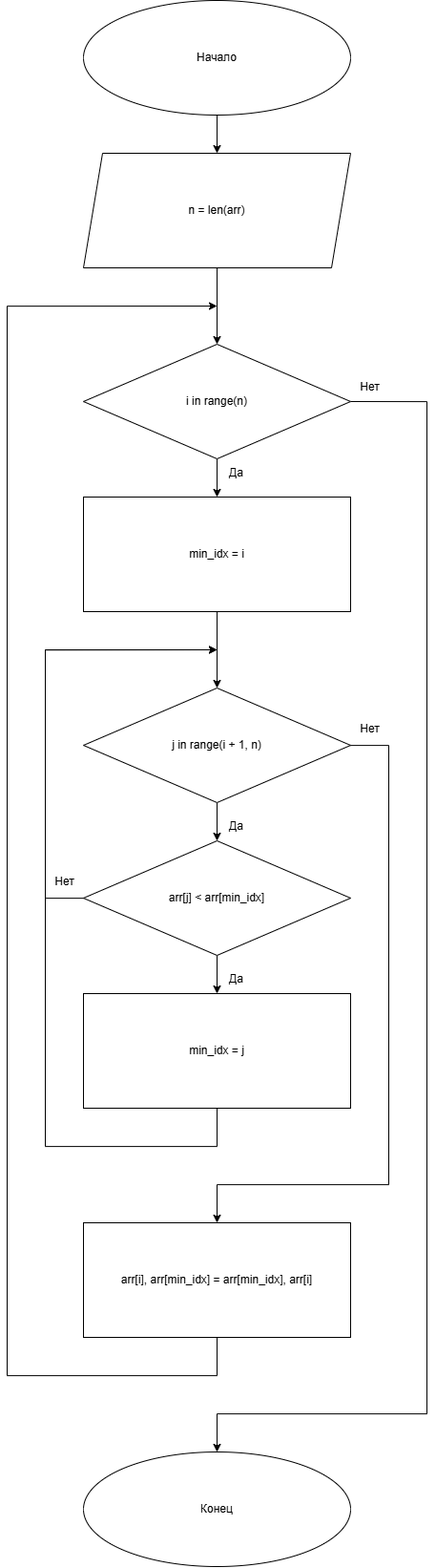
Above: PR4/Задание 2/src/block.drawio.png in qniman/UP01_DONE (draw.io), before the change. Source tidied: cells renumbered, new cells last; positions are measured from the earlier drawing's top-left corner, leaving out a move shared by most shapes. Source of this version:
```xml
<mxGraphModel>
  <root>
    <mxCell id="0" />
    <mxCell id="1" parent="0" />
    <mxCell id="2" style="edgeStyle=orthogonalEdgeStyle;rounded=0;jettySize=auto;html=1;" parent="1" edge="1" source="3" target="5">
      <mxGeometry relative="1" as="geometry" />
    </mxCell>
    <mxCell id="3" value="Начало" style="ellipse;whiteSpace=wrap;html=1;" parent="1" vertex="1">
      <mxGeometry x="80" width="280" height="120" as="geometry" />
    </mxCell>
    <mxCell id="4" style="edgeStyle=orthogonalEdgeStyle;rounded=0;jettySize=auto;html=1;" parent="1" edge="1" source="5" target="8">
      <mxGeometry relative="1" as="geometry" />
    </mxCell>
    <mxCell id="5" value="n = len(arr)" style="shape=parallelogram;perimeter=parallelogramPerimeter;whiteSpace=wrap;html=1;fixedSize=1;" parent="1" vertex="1">
      <mxGeometry x="80" y="160" width="280" height="120" as="geometry" />
    </mxCell>
    <mxCell id="6" style="edgeStyle=orthogonalEdgeStyle;rounded=0;jettySize=auto;html=1;" parent="1" edge="1" source="8" target="10">
      <mxGeometry relative="1" as="geometry" />
    </mxCell>
    <mxCell id="7" style="edgeStyle=orthogonalEdgeStyle;rounded=0;jettySize=auto;html=1;exitX=1;exitY=0.5;exitDx=0;exitDy=0;" parent="1" edge="1" source="8" target="21">
      <mxGeometry relative="1" as="geometry">
        <Array as="points">
          <mxPoint x="440" y="420" />
          <mxPoint x="440" y="1480" />
          <mxPoint x="220" y="1480" />
        </Array>
      </mxGeometry>
    </mxCell>
    <mxCell id="8" value="i in range(n)" style="rhombus;whiteSpace=wrap;html=1;" parent="1" vertex="1">
      <mxGeometry x="80" y="360" width="280" height="120" as="geometry" />
    </mxCell>
    <mxCell id="9" style="edgeStyle=orthogonalEdgeStyle;rounded=0;jettySize=auto;html=1;" parent="1" edge="1" source="10" target="13">
      <mxGeometry relative="1" as="geometry" />
    </mxCell>
    <mxCell id="10" value="min_idx = i" style="rounded=0;whiteSpace=wrap;html=1;" parent="1" vertex="1">
      <mxGeometry x="80" y="520" width="280" height="120" as="geometry" />
    </mxCell>
    <mxCell id="11" style="edgeStyle=orthogonalEdgeStyle;rounded=0;jettySize=auto;html=1;" parent="1" edge="1" source="13" target="16">
      <mxGeometry relative="1" as="geometry" />
    </mxCell>
    <mxCell id="12" style="edgeStyle=orthogonalEdgeStyle;rounded=0;jettySize=auto;html=1;" parent="1" edge="1" source="13" target="20">
      <mxGeometry relative="1" as="geometry">
        <Array as="points">
          <mxPoint x="400" y="780" />
          <mxPoint x="400" y="1240" />
          <mxPoint x="220" y="1240" />
        </Array>
      </mxGeometry>
    </mxCell>
    <mxCell id="13" value="j in range(i + 1, n)" style="rhombus;whiteSpace=wrap;html=1;" parent="1" vertex="1">
      <mxGeometry x="80" y="720" width="280" height="120" as="geometry" />
    </mxCell>
    <mxCell id="14" style="edgeStyle=orthogonalEdgeStyle;rounded=0;jettySize=auto;html=1;" parent="1" edge="1" source="16" target="18">
      <mxGeometry relative="1" as="geometry" />
    </mxCell>
    <mxCell id="15" style="edgeStyle=orthogonalEdgeStyle;rounded=0;jettySize=auto;html=1;" parent="1" edge="1" source="16">
      <mxGeometry relative="1" as="geometry">
        <mxPoint x="220" y="680" as="targetPoint" />
        <Array as="points">
          <mxPoint x="40" y="940" />
          <mxPoint x="40" y="680" />
        </Array>
      </mxGeometry>
    </mxCell>
    <mxCell id="16" value="arr[j] &lt; arr[min_idx]" style="rhombus;whiteSpace=wrap;html=1;" parent="1" vertex="1">
      <mxGeometry x="80" y="880" width="280" height="120" as="geometry" />
    </mxCell>
    <mxCell id="17" style="edgeStyle=orthogonalEdgeStyle;rounded=0;jettySize=auto;html=1;" parent="1" edge="1" source="18">
      <mxGeometry relative="1" as="geometry">
        <mxPoint x="220" y="680" as="targetPoint" />
        <Array as="points">
          <mxPoint x="220" y="1200" />
          <mxPoint x="40" y="1200" />
          <mxPoint x="40" y="680" />
        </Array>
      </mxGeometry>
    </mxCell>
    <mxCell id="18" value="min_idx = j" style="rounded=0;whiteSpace=wrap;html=1;" parent="1" vertex="1">
      <mxGeometry x="80" y="1040" width="280" height="120" as="geometry" />
    </mxCell>
    <mxCell id="19" style="edgeStyle=orthogonalEdgeStyle;rounded=0;jettySize=auto;html=1;" parent="1" edge="1" source="20">
      <mxGeometry relative="1" as="geometry">
        <mxPoint x="220" y="320" as="targetPoint" />
        <Array as="points">
          <mxPoint x="220" y="1440" />
          <mxPoint y="1440" />
          <mxPoint y="320" />
        </Array>
      </mxGeometry>
    </mxCell>
    <mxCell id="20" value="arr[i], arr[min_idx] = arr[min_idx], arr[i]" style="rounded=0;whiteSpace=wrap;html=1;" parent="1" vertex="1">
      <mxGeometry x="80" y="1280" width="280" height="120" as="geometry" />
    </mxCell>
    <mxCell id="21" value="Конец" style="ellipse;whiteSpace=wrap;html=1;" parent="1" vertex="1">
      <mxGeometry x="80" y="1520" width="280" height="120" as="geometry" />
    </mxCell>
    <mxCell id="22" value="Да" style="text;html=1;align=center;verticalAlign=middle;strokeColor=none;fillColor=none;" parent="1" vertex="1">
      <mxGeometry x="220" y="480" width="40" height="30" as="geometry" />
    </mxCell>
    <mxCell id="23" value="Нет" style="text;html=1;align=center;verticalAlign=middle;strokeColor=none;fillColor=none;" parent="1" vertex="1">
      <mxGeometry x="360" y="390" width="40" height="30" as="geometry" />
    </mxCell>
    <mxCell id="24" value="Да" style="text;html=1;align=center;verticalAlign=middle;strokeColor=none;fillColor=none;" parent="1" vertex="1">
      <mxGeometry x="220" y="850" width="40" height="30" as="geometry" />
    </mxCell>
    <mxCell id="25" value="Нет" style="text;html=1;align=center;verticalAlign=middle;strokeColor=none;fillColor=none;" parent="1" vertex="1">
      <mxGeometry x="360" y="748" width="40" height="30" as="geometry" />
    </mxCell>
    <mxCell id="26" value="Да" style="text;html=1;align=center;verticalAlign=middle;strokeColor=none;fillColor=none;" parent="1" vertex="1">
      <mxGeometry x="220" y="1010" width="40" height="30" as="geometry" />
    </mxCell>
    <mxCell id="27" value="Нет" style="text;html=1;align=center;verticalAlign=middle;strokeColor=none;fillColor=none;" parent="1" vertex="1">
      <mxGeometry x="40" y="908" width="40" height="30" as="geometry" />
    </mxCell>
  </root>
</mxGraphModel>
```
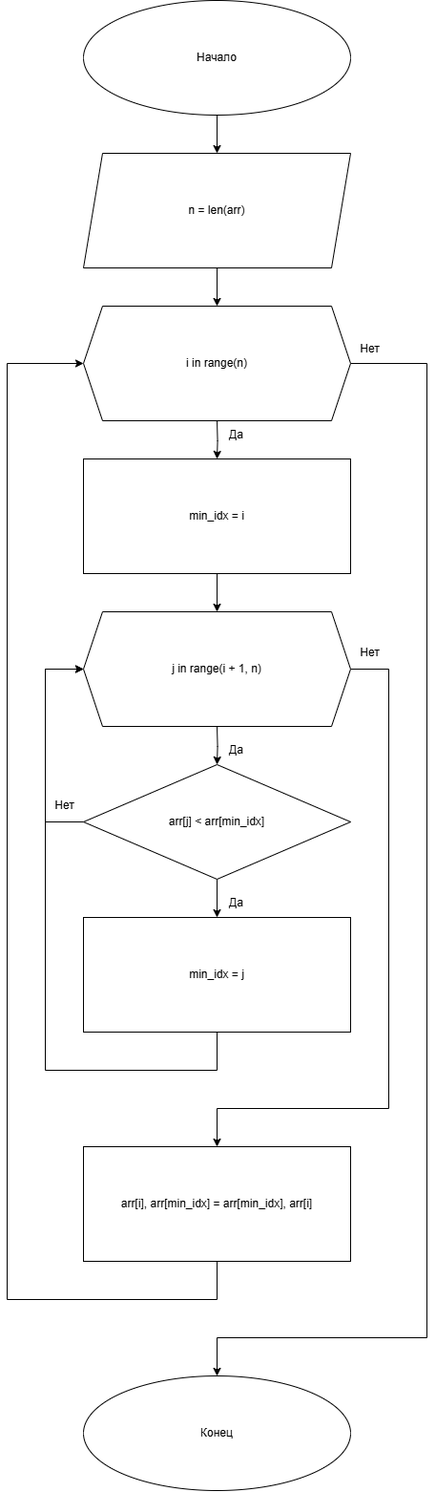
After the commit.

Diff of the diagram source:
```diff
@@ -6,111 +6,114 @@
       <mxGeometry relative="1" as="geometry" />
     </mxCell>
     <mxCell id="3" value="Начало" style="ellipse;whiteSpace=wrap;html=1;" parent="1" vertex="1">
-      <mxGeometry x="80" width="280" height="120" as="geometry" />
+      <mxGeometry x="80" y="80" width="280" height="120" as="geometry" />
     </mxCell>
     <mxCell id="4" style="edgeStyle=orthogonalEdgeStyle;rounded=0;jettySize=auto;html=1;" parent="1" edge="1" source="5" target="8">
       <mxGeometry relative="1" as="geometry" />
     </mxCell>
     <mxCell id="5" value="n = len(arr)" style="shape=parallelogram;perimeter=parallelogramPerimeter;whiteSpace=wrap;html=1;fixedSize=1;" parent="1" vertex="1">
-      <mxGeometry x="80" y="160" width="280" height="120" as="geometry" />
+      <mxGeometry x="80" y="240" width="280" height="120" as="geometry" />
     </mxCell>
-    <mxCell id="6" style="edgeStyle=orthogonalEdgeStyle;rounded=0;jettySize=auto;html=1;" parent="1" edge="1" source="8" target="10">
-      <mxGeometry relative="1" as="geometry" />
-    </mxCell>
-    <mxCell id="7" style="edgeStyle=orthogonalEdgeStyle;rounded=0;jettySize=auto;html=1;exitX=1;exitY=0.5;exitDx=0;exitDy=0;" parent="1" edge="1" source="8" target="21">
-      <mxGeometry relative="1" as="geometry">
-        <Array as="points">
-          <mxPoint x="440" y="420" />
-          <mxPoint x="440" y="1480" />
-          <mxPoint x="220" y="1480" />
-        </Array>
-      </mxGeometry>
-    </mxCell>
-    <mxCell id="8" value="i in range(n)" style="rhombus;whiteSpace=wrap;html=1;" parent="1" vertex="1">
-      <mxGeometry x="80" y="360" width="280" height="120" as="geometry" />
-    </mxCell>
+    <mxCell id="28" style="edgeStyle=orthogonalEdgeStyle;rounded=0;jettySize=auto;html=1;" parent="1" edge="1" target="10">
+      <mxGeometry relative="1" as="geometry">
+        <mxPoint x="220" y="520" as="sourcePoint" />
+      </mxGeometry>
+    </mxCell>
+    <mxCell id="29" style="edgeStyle=orthogonalEdgeStyle;rounded=0;jettySize=auto;html=1;exitX=1;exitY=0.5;exitDx=0;exitDy=0;" parent="1" edge="1" target="21">
+      <mxGeometry relative="1" as="geometry">
+        <mxPoint x="360" y="460" as="sourcePoint" />
+        <Array as="points">
+          <mxPoint x="440" y="460" />
+          <mxPoint x="440" y="1480" />
+          <mxPoint x="220" y="1480" />
+        </Array>
+      </mxGeometry>
+    </mxCell>
     <mxCell id="9" style="edgeStyle=orthogonalEdgeStyle;rounded=0;jettySize=auto;html=1;" parent="1" edge="1" source="10" target="13">
       <mxGeometry relative="1" as="geometry" />
     </mxCell>
     <mxCell id="10" value="min_idx = i" style="rounded=0;whiteSpace=wrap;html=1;" parent="1" vertex="1">
-      <mxGeometry x="80" y="520" width="280" height="120" as="geometry" />
+      <mxGeometry x="80" y="560" width="280" height="120" as="geometry" />
     </mxCell>
-    <mxCell id="11" style="edgeStyle=orthogonalEdgeStyle;rounded=0;jettySize=auto;html=1;" parent="1" edge="1" source="13" target="16">
-      <mxGeometry relative="1" as="geometry" />
-    </mxCell>
-    <mxCell id="12" style="edgeStyle=orthogonalEdgeStyle;rounded=0;jettySize=auto;html=1;" parent="1" edge="1" source="13" target="20">
-      <mxGeometry relative="1" as="geometry">
-        <Array as="points">
-          <mxPoint x="400" y="780" />
-          <mxPoint x="400" y="1240" />
-          <mxPoint x="220" y="1240" />
-        </Array>
-      </mxGeometry>
-    </mxCell>
-    <mxCell id="13" value="j in range(i + 1, n)" style="rhombus;whiteSpace=wrap;html=1;" parent="1" vertex="1">
-      <mxGeometry x="80" y="720" width="280" height="120" as="geometry" />
-    </mxCell>
+    <mxCell id="30" style="edgeStyle=orthogonalEdgeStyle;rounded=0;jettySize=auto;html=1;" parent="1" edge="1" target="16">
+      <mxGeometry relative="1" as="geometry">
+        <mxPoint x="220" y="840" as="sourcePoint" />
+      </mxGeometry>
+    </mxCell>
+    <mxCell id="31" style="edgeStyle=orthogonalEdgeStyle;rounded=0;jettySize=auto;html=1;" parent="1" edge="1" target="20">
+      <mxGeometry relative="1" as="geometry">
+        <mxPoint x="360" y="780" as="sourcePoint" />
+        <Array as="points">
+          <mxPoint x="400" y="780" />
+          <mxPoint x="400" y="1240" />
+          <mxPoint x="220" y="1240" />
+        </Array>
+      </mxGeometry>
+    </mxCell>
     <mxCell id="14" style="edgeStyle=orthogonalEdgeStyle;rounded=0;jettySize=auto;html=1;" parent="1" edge="1" source="16" target="18">
       <mxGeometry relative="1" as="geometry" />
     </mxCell>
-    <mxCell id="15" style="edgeStyle=orthogonalEdgeStyle;rounded=0;jettySize=auto;html=1;" parent="1" edge="1" source="16">
-      <mxGeometry relative="1" as="geometry">
-        <mxPoint x="220" y="680" as="targetPoint" />
-        <Array as="points">
-          <mxPoint x="40" y="940" />
-          <mxPoint x="40" y="680" />
-        </Array>
-      </mxGeometry>
-    </mxCell>
+    <mxCell id="32" style="edgeStyle=orthogonalEdgeStyle;rounded=0;jettySize=auto;html=1;" parent="1" edge="1" source="16" target="13">
+      <mxGeometry relative="1" as="geometry">
+        <Array as="points">
+          <mxPoint x="40" y="940" />
+          <mxPoint x="40" y="780" />
+        </Array>
+      </mxGeometry>
+    </mxCell>
     <mxCell id="16" value="arr[j] &lt; arr[min_idx]" style="rhombus;whiteSpace=wrap;html=1;" parent="1" vertex="1">
       <mxGeometry x="80" y="880" width="280" height="120" as="geometry" />
     </mxCell>
-    <mxCell id="17" style="edgeStyle=orthogonalEdgeStyle;rounded=0;jettySize=auto;html=1;" parent="1" edge="1" source="18">
-      <mxGeometry relative="1" as="geometry">
-        <mxPoint x="220" y="680" as="targetPoint" />
-        <Array as="points">
-          <mxPoint x="220" y="1200" />
-          <mxPoint x="40" y="1200" />
-          <mxPoint x="40" y="680" />
-        </Array>
-      </mxGeometry>
-    </mxCell>
+    <mxCell id="33" style="edgeStyle=orthogonalEdgeStyle;rounded=0;jettySize=auto;html=1;" parent="1" edge="1" source="18" target="13">
+      <mxGeometry relative="1" as="geometry">
+        <Array as="points">
+          <mxPoint x="220" y="1200" />
+          <mxPoint x="40" y="1200" />
+          <mxPoint x="40" y="780" />
+        </Array>
+      </mxGeometry>
+    </mxCell>
     <mxCell id="18" value="min_idx = j" style="rounded=0;whiteSpace=wrap;html=1;" parent="1" vertex="1">
       <mxGeometry x="80" y="1040" width="280" height="120" as="geometry" />
     </mxCell>
-    <mxCell id="19" style="edgeStyle=orthogonalEdgeStyle;rounded=0;jettySize=auto;html=1;" parent="1" edge="1" source="20">
-      <mxGeometry relative="1" as="geometry">
-        <mxPoint x="220" y="320" as="targetPoint" />
-        <Array as="points">
-          <mxPoint x="220" y="1440" />
-          <mxPoint y="1440" />
-          <mxPoint y="320" />
-        </Array>
-      </mxGeometry>
-    </mxCell>
+    <mxCell id="34" style="edgeStyle=orthogonalEdgeStyle;rounded=0;jettySize=auto;html=1;" parent="1" edge="1" source="20" target="8">
+      <mxGeometry relative="1" as="geometry">
+        <Array as="points">
+          <mxPoint x="220" y="1440" />
+          <mxPoint y="1440" />
+          <mxPoint y="460" />
+        </Array>
+      </mxGeometry>
+    </mxCell>
     <mxCell id="20" value="arr[i], arr[min_idx] = arr[min_idx], arr[i]" style="rounded=0;whiteSpace=wrap;html=1;" parent="1" vertex="1">
       <mxGeometry x="80" y="1280" width="280" height="120" as="geometry" />
     </mxCell>
     <mxCell id="21" value="Конец" style="ellipse;whiteSpace=wrap;html=1;" parent="1" vertex="1">
       <mxGeometry x="80" y="1520" width="280" height="120" as="geometry" />
     </mxCell>
-    <mxCell id="22" value="Да" style="text;html=1;align=center;verticalAlign=middle;strokeColor=none;fillColor=none;" parent="1" vertex="1">
-      <mxGeometry x="220" y="480" width="40" height="30" as="geometry" />
-    </mxCell>
-    <mxCell id="23" value="Нет" style="text;html=1;align=center;verticalAlign=middle;strokeColor=none;fillColor=none;" parent="1" vertex="1">
-      <mxGeometry x="360" y="390" width="40" height="30" as="geometry" />
-    </mxCell>
-    <mxCell id="24" value="Да" style="text;html=1;align=center;verticalAlign=middle;strokeColor=none;fillColor=none;" parent="1" vertex="1">
-      <mxGeometry x="220" y="850" width="40" height="30" as="geometry" />
-    </mxCell>
-    <mxCell id="25" value="Нет" style="text;html=1;align=center;verticalAlign=middle;strokeColor=none;fillColor=none;" parent="1" vertex="1">
-      <mxGeometry x="360" y="748" width="40" height="30" as="geometry" />
-    </mxCell>
-    <mxCell id="26" value="Да" style="text;html=1;align=center;verticalAlign=middle;strokeColor=none;fillColor=none;" parent="1" vertex="1">
-      <mxGeometry x="220" y="1010" width="40" height="30" as="geometry" />
-    </mxCell>
-    <mxCell id="27" value="Нет" style="text;html=1;align=center;verticalAlign=middle;strokeColor=none;fillColor=none;" parent="1" vertex="1">
-      <mxGeometry x="40" y="908" width="40" height="30" as="geometry" />
-    </mxCell>
+    <mxCell id="35" value="Да" style="text;html=1;align=center;verticalAlign=middle;strokeColor=none;fillColor=none;" parent="1" vertex="1">
+      <mxGeometry x="220" y="520" width="40" height="30" as="geometry" />
+    </mxCell>
+    <mxCell id="36" value="Нет" style="text;html=1;align=center;verticalAlign=middle;strokeColor=none;fillColor=none;" parent="1" vertex="1">
+      <mxGeometry x="360" y="430" width="40" height="30" as="geometry" />
+    </mxCell>
+    <mxCell id="37" value="Да" style="text;html=1;align=center;verticalAlign=middle;strokeColor=none;fillColor=none;" parent="1" vertex="1">
+      <mxGeometry x="220" y="850" width="40" height="30" as="geometry" />
+    </mxCell>
+    <mxCell id="38" value="Нет" style="text;html=1;align=center;verticalAlign=middle;strokeColor=none;fillColor=none;" parent="1" vertex="1">
+      <mxGeometry x="360" y="748" width="40" height="30" as="geometry" />
+    </mxCell>
+    <mxCell id="39" value="Да" style="text;html=1;align=center;verticalAlign=middle;strokeColor=none;fillColor=none;" parent="1" vertex="1">
+      <mxGeometry x="220" y="1010" width="40" height="30" as="geometry" />
+    </mxCell>
+    <mxCell id="40" value="Нет" style="text;html=1;align=center;verticalAlign=middle;strokeColor=none;fillColor=none;" parent="1" vertex="1">
+      <mxGeometry x="40" y="908" width="40" height="30" as="geometry" />
+    </mxCell>
+    <mxCell id="13" value="j in range(i + 1, n)" style="shape=hexagon;perimeter=hexagonPerimeter2;whiteSpace=wrap;html=1;fixedSize=1;" parent="1" vertex="1">
+      <mxGeometry x="80" y="720" width="280" height="120" as="geometry" />
+    </mxCell>
+    <mxCell id="8" value="i in range(n)" style="shape=hexagon;perimeter=hexagonPerimeter2;whiteSpace=wrap;html=1;fixedSize=1;" parent="1" vertex="1">
+      <mxGeometry x="80" y="400" width="280" height="120" as="geometry" />
+    </mxCell>
   </root>
 </mxGraphModel>
```
